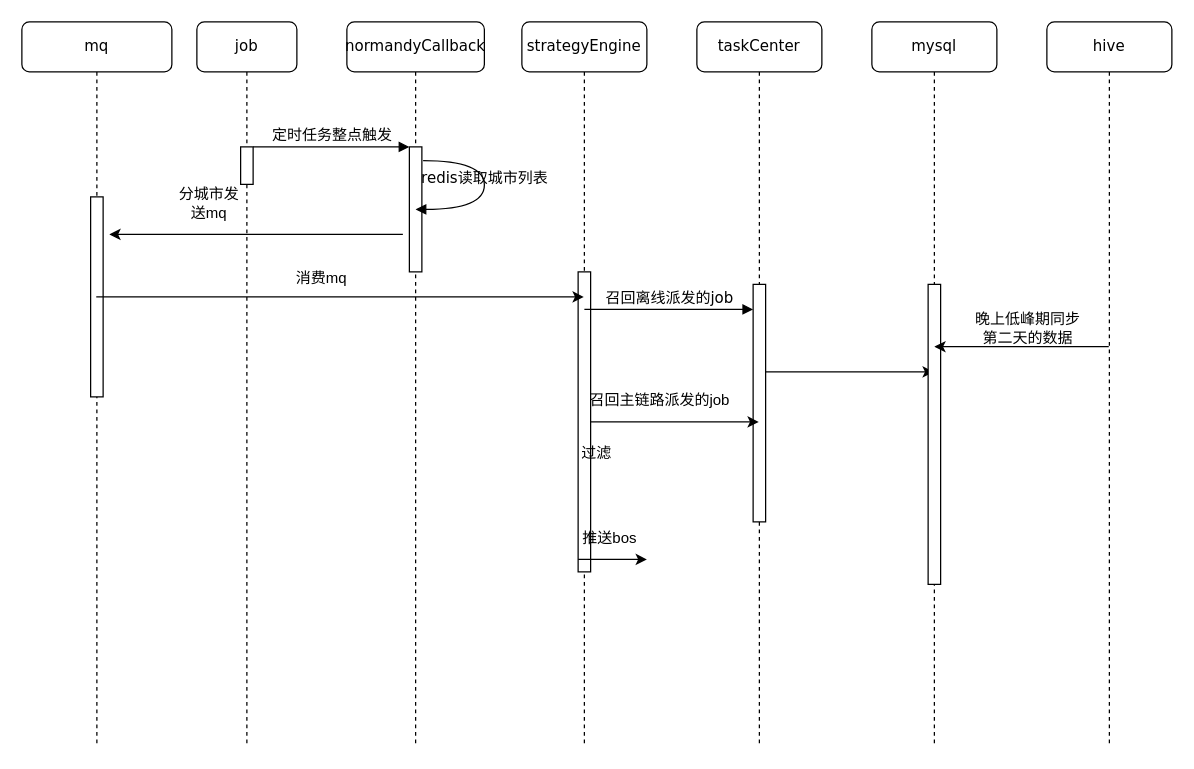
Earlier version of the draw.io diagram Untitled Diagram.drawio (jackie-coming/AI-For-Beginners). Source tidied: cells renumbered, new cells numbered last; positions are measured from the earlier drawing's top-left corner, leaving out a move shared by most shapes. Both pictures are drawn from the tidied source at 125%, with x=0, y=0 at pixel (21, 21).
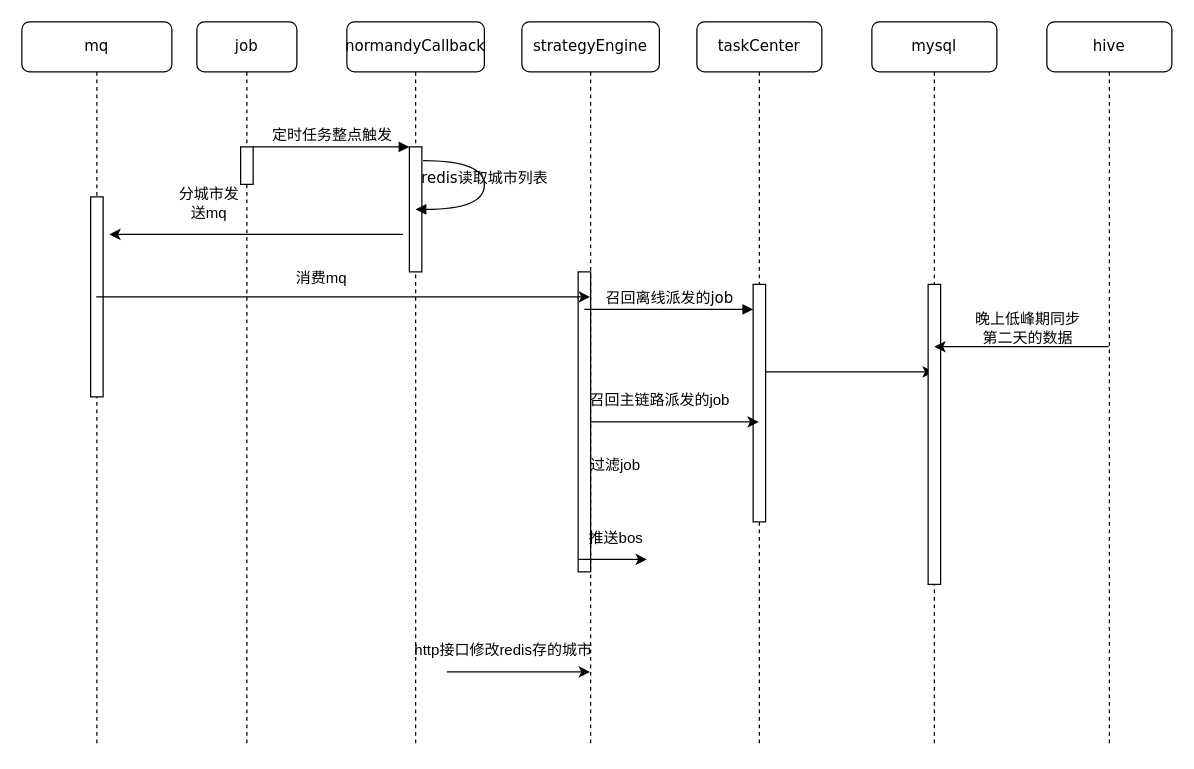
The same page after the edit.

Commit message:
Update 兜底离线任务派发

Unchanged cells that the change refers to:
```xml
<mxCell id="2" value="normandyCallback" style="shape=umlLifeline;perimeter=lifelinePerimeter;whiteSpace=wrap;html=1;rounded=1;shadow=0;comic=0;labelBackgroundColor=none;strokeWidth=1;fontFamily=Verdana;fontSize=12;align=center;" parent="1" vertex="1">
  <mxGeometry x="260" width="110" height="580" as="geometry" />
</mxCell>
```

The edit, as a diff of the source:
```diff
@@
+    <mxCell id="30" style="endArrow=classic;html=1;rounded=0;" parent="2" edge="1" target="5">
+      <mxGeometry relative="1" as="geometry">
+        <mxPoint x="80" y="520" as="sourcePoint" />
+      </mxGeometry>
+    </mxCell>
     <mxCell id="5" value="strategyEngine" style="shape=umlLifeline;perimeter=lifelinePerimeter;whiteSpace=wrap;html=1;outlineConnect=0;rounded=1;shadow=0;comic=0;labelBackgroundColor=none;strokeWidth=1;fontFamily=Verdana;fontSize=12;align=center;" parent="1" vertex="1">
-      <mxGeometry x="400" width="100" height="580" as="geometry" />
+      <mxGeometry x="400" width="110" height="580" as="geometry" />
     </mxCell>
@@
-    <mxCell id="8" value="过滤" style="text;html=1;strokeColor=none;fillColor=none;align=center;verticalAlign=middle;whiteSpace=wrap;rounded=0;" parent="5" vertex="1">
-      <mxGeometry x="30" y="330" width="60" height="30" as="geometry" />
+    <mxCell id="8" value="过滤job" style="text;html=1;strokeColor=none;fillColor=none;align=center;verticalAlign=middle;whiteSpace=wrap;rounded=0;" parent="5" vertex="1">
+      <mxGeometry x="45" y="340" width="60" height="30" as="geometry" />
     </mxCell>
@@
+    <mxCell id="29" value="推送bos" style="text;html=1;align=center;verticalAlign=middle;strokeColor=none;fillColor=none;" parent="5" vertex="1">
+      <mxGeometry x="40" y="398" width="70" height="30" as="geometry" />
+    </mxCell>
@@
-    <mxCell id="29" value="推送bos" style="text;html=1;align=center;verticalAlign=middle;strokeColor=none;fillColor=none;" parent="1" vertex="1">
-      <mxGeometry x="435" y="398" width="70" height="30" as="geometry" />
-    </mxCell>
+    <mxCell id="31" value="http接口修改redis存的城市" style="text;html=1;align=center;verticalAlign=middle;strokeColor=none;fillColor=none;" parent="1" vertex="1">
+      <mxGeometry x="300" y="488" width="170" height="30" as="geometry" />
+    </mxCell>
```
